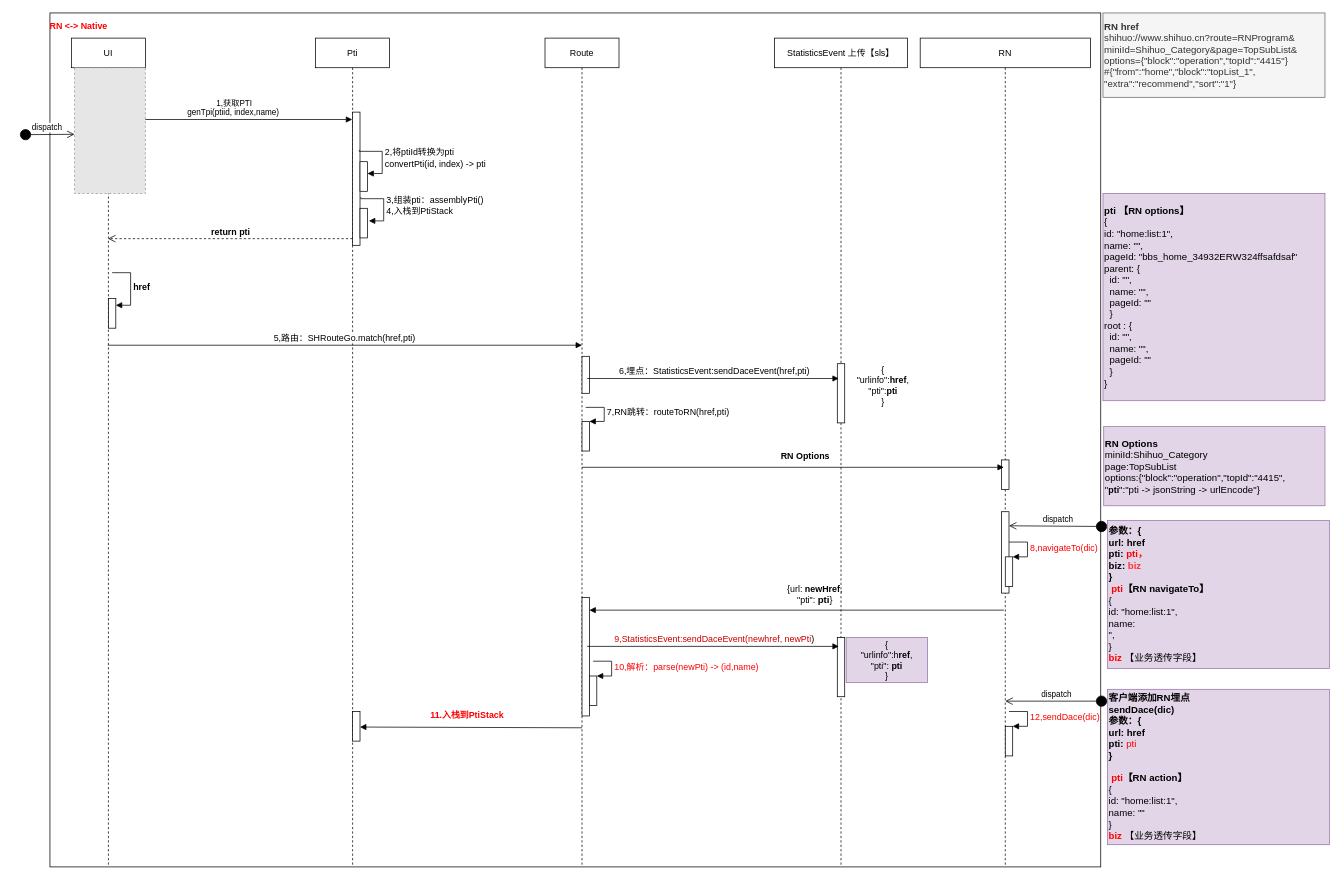
This is ios客户端埋点方案V2-2.drawio from aiquantong/Hero, a draw.io file, before an edit. Source tidied: cells renumbered, new cells numbered last; positions are measured from the earlier drawing's top-left corner, leaving out a move shared by most shapes. Both pictures are drawn from the tidied source at 74%, with x=0, y=0 at pixel (19, 13). Pictures stored in the file or linked from it are replaced by grey dashed boxes.
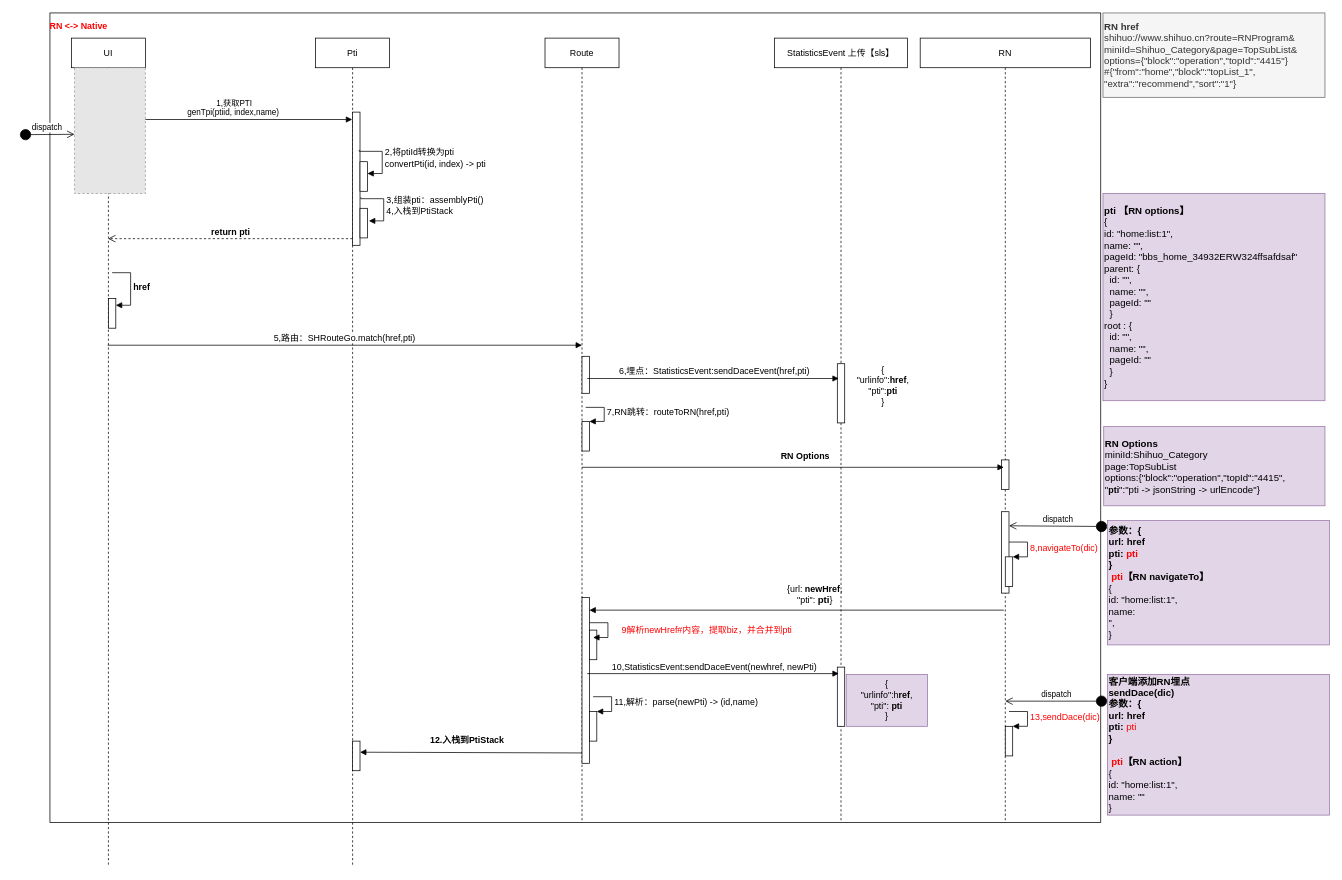
After the change.

Commit message:
Update ios客户端埋点方案V2-2.drawio

The change refers to these unchanged cells:
```xml
<mxCell id="7" value="Pti" style="shape=umlLifeline;perimeter=lifelinePerimeter;whiteSpace=wrap;html=1;outlineConnect=0;" parent="1" vertex="1">
  <mxGeometry x="400" y="34" width="100" height="1120" as="geometry" />
</mxCell>
<mxCell id="35" style="html=1;points=[];perimeter=orthogonalPerimeter;fontSize=12;fontColor=#FF0000;align=left;" parent="30" vertex="1">
  <mxGeometry x="115" y="930" width="10" height="40" as="geometry" />
</mxCell>
```

Diff of the diagram source:
```diff
@@
     <mxCell id="2" style="rounded=0;whiteSpace=wrap;html=1;align=left;" parent="1" vertex="1">
-      <mxGeometry x="41" width="1420" height="1154" as="geometry" />
+      <mxGeometry x="41" width="1420" height="1094" as="geometry" />
     </mxCell>
@@
     <mxCell id="11" style="html=1;perimeter=orthogonalPerimeter;fontSize=12;fontColor=#FF0000;align=left;" parent="7" vertex="1">
-      <mxGeometry x="50" y="910" width="10" height="40" as="geometry" />
+      <mxGeometry x="50" y="950" width="10" height="40" as="geometry" />
     </mxCell>
@@
     <mxCell id="14" value="Route" style="shape=umlLifeline;perimeter=lifelinePerimeter;whiteSpace=wrap;html=1;" parent="1" vertex="1">
-      <mxGeometry x="710" y="34" width="100" height="1120" as="geometry" />
+      <mxGeometry x="710" y="34" width="100" height="1060" as="geometry" />
     </mxCell>
@@
     <mxCell id="18" style="html=1;perimeter=orthogonalPerimeter;fontSize=12;fontColor=#FF0000;align=left;" parent="14" vertex="1">
-      <mxGeometry x="50" y="756" width="10" height="160" as="geometry" />
+      <mxGeometry x="50" y="756" width="10" height="224" as="geometry" />
     </mxCell>
     <mxCell id="19" style="html=1;points=[];perimeter=orthogonalPerimeter;fontSize=12;fontColor=#FF0000;align=left;" parent="14" vertex="1">
-      <mxGeometry x="60" y="862" width="10" height="40" as="geometry" />
+      <mxGeometry x="60" y="910" width="10" height="40" as="geometry" />
     </mxCell>
-    <mxCell id="20" value="10,解析：parse(newPti) -&amp;gt; (id,name)" style="edgeStyle=orthogonalEdgeStyle;html=1;align=left;spacingLeft=2;endArrow=block;rounded=0;entryX=1;entryY=0;fontSize=12;fontColor=#FF0000;" parent="14" edge="1" target="19">
+    <mxCell id="20" value="&lt;font color=&quot;#000000&quot;&gt;11,解析：parse(newPti) -&amp;gt; (id,name)&lt;/font&gt;" style="edgeStyle=orthogonalEdgeStyle;html=1;align=left;spacingLeft=2;endArrow=block;rounded=0;entryX=1;entryY=0;fontSize=12;fontColor=#FF0000;" parent="14" edge="1" target="19">
       <mxGeometry relative="1" as="geometry">
-        <mxPoint x="65" y="842" as="sourcePoint" />
+        <mxPoint x="65" y="890" as="sourcePoint" />
         <Array as="points">
-          <mxPoint x="90" y="842" />
+          <mxPoint x="90" y="890" />
         </Array>
       </mxGeometry>
     </mxCell>
@@
     <mxCell id="22" value="StatisticsEvent 上传【sls】" style="shape=umlLifeline;perimeter=lifelinePerimeter;whiteSpace=wrap;html=1;" parent="1" vertex="1">
-      <mxGeometry x="1020" y="34" width="180" height="1120" as="geometry" />
+      <mxGeometry x="1020" y="34" width="180" height="1060" as="geometry" />
     </mxCell>
@@
     <mxCell id="24" style="html=1;perimeter=orthogonalPerimeter;fontSize=12;align=left;" parent="22" vertex="1">
-      <mxGeometry x="85" y="810" width="10" height="80" as="geometry" />
+      <mxGeometry x="85" y="850" width="10" height="80" as="geometry" />
     </mxCell>
@@
     <mxCell id="30" value="RN" style="shape=umlLifeline;perimeter=lifelinePerimeter;whiteSpace=wrap;html=1;" parent="1" vertex="1">
-      <mxGeometry x="1217" y="34" width="230" height="1120" as="geometry" />
+      <mxGeometry x="1217" y="34" width="230" height="1060" as="geometry" />
     </mxCell>
@@
-    <mxCell id="36" value="12,sendDace(dic)" style="edgeStyle=orthogonalEdgeStyle;html=1;align=left;spacingLeft=2;endArrow=block;rounded=0;entryX=1;entryY=0;fontSize=12;fontColor=#FF0000;" parent="30" edge="1" target="35">
+    <mxCell id="36" value="13,sendDace(dic)" style="edgeStyle=orthogonalEdgeStyle;html=1;align=left;spacingLeft=2;endArrow=block;rounded=0;entryX=1;entryY=0;fontSize=12;fontColor=#FF0000;" parent="30" edge="1" target="35">
       <mxGeometry relative="1" as="geometry">
         <mxPoint x="120" y="910" as="sourcePoint" />
         <Array as="points">
           <mxPoint x="145" y="910" />
         </Array>
       </mxGeometry>
     </mxCell>
@@
     <mxCell id="42" style="endArrow=none;startArrow=block;endFill=0;startFill=1;html=1;fontSize=12;fontColor=#FF0000;" parent="1" edge="1">
       <mxGeometry relative="1" as="geometry">
-        <mxPoint x="460" y="965" as="sourcePoint" />
-        <mxPoint x="760" y="966" as="targetPoint" />
+        <mxPoint x="460" y="999" as="sourcePoint" />
+        <mxPoint x="760" y="1000" as="targetPoint" />
       </mxGeometry>
     </mxCell>
-    <mxCell id="43" value="11.入栈到PtiStack" style="text;align=center;fontStyle=1;verticalAlign=middle;spacingLeft=3;spacingRight=3;strokeColor=none;fontSize=12;fontColor=#FF0000;" parent="1" vertex="1">
-      <mxGeometry x="489.8" y="930" width="230.5" height="36" as="geometry" />
+    <mxCell id="43" value="12.入栈到PtiStack" style="text;align=center;fontStyle=1;verticalAlign=middle;spacingLeft=3;spacingRight=3;strokeColor=none;fontSize=12;" parent="1" vertex="1">
+      <mxGeometry x="489.8" y="964" width="230.5" height="36" as="geometry" />
     </mxCell>
     <mxCell id="44" value="{&lt;br&gt;&quot;urlinfo&quot;:h&lt;b&gt;ref&lt;/b&gt;,&lt;br&gt;&quot;pti&quot;:&lt;b style=&quot;text-align: left&quot;&gt;&amp;nbsp;pti&lt;/b&gt;&lt;br&gt;}" style="text;html=1;strokeColor=#9673a6;fillColor=#e1d5e7;align=center;verticalAlign=middle;whiteSpace=wrap;rounded=0;fontSize=12;" parent="1" vertex="1">
-      <mxGeometry x="1117" y="844" width="110" height="61" as="geometry" />
+      <mxGeometry x="1117" y="894" width="110" height="70" as="geometry" />
     </mxCell>
-    <mxCell id="45" value="&amp;nbsp;&lt;font color=&quot;#cc0000&quot;&gt;9,StatisticsEvent:sendDaceEvent(newhref, newPti&lt;/font&gt;)" style="html=1;verticalAlign=bottom;endArrow=block;fontSize=12;" parent="1" edge="1">
+    <mxCell id="45" value="&amp;nbsp;10,StatisticsEvent:sendDaceEvent(newhref, newPti)" style="html=1;verticalAlign=bottom;endArrow=block;fontSize=12;" parent="1" edge="1">
       <mxGeometry relative="1" as="geometry">
-        <mxPoint x="767" y="856" as="sourcePoint" />
-        <mxPoint x="1107" y="856" as="targetPoint" />
+        <mxPoint x="767" y="892.8" as="sourcePoint" />
+        <mxPoint x="1107" y="892.8" as="targetPoint" />
       </mxGeometry>
     </mxCell>
@@
-    <mxCell id="50" value="&lt;font style=&quot;font-size: 13px&quot;&gt;&lt;b&gt;参数：{&lt;br&gt;url: href&lt;br&gt;pti: &lt;font color=&quot;#ff0000&quot;&gt;pti，&lt;br&gt;&lt;/font&gt;biz: &lt;font color=&quot;#ff3333&quot;&gt;biz&lt;br&gt;&lt;/font&gt;}&lt;/b&gt;&lt;b&gt;&lt;br&gt;&amp;nbsp;&lt;/b&gt;&lt;b&gt;&lt;font color=&quot;#ff0000&quot;&gt;pti&lt;/font&gt;&lt;/b&gt;&lt;b&gt;【RN navigateTo】&lt;/b&gt;&lt;b&gt;&lt;br&gt;&lt;/b&gt;&lt;/font&gt;&lt;div style=&quot;font-size: 13px&quot;&gt;&lt;div&gt;&lt;font style=&quot;font-size: 13px&quot;&gt;{&lt;br&gt;&lt;/font&gt;&lt;/div&gt;&lt;div&gt;&lt;div&gt;&lt;font style=&quot;font-size: 13px&quot;&gt;id: &quot;home:list:1&quot;,&lt;/font&gt;&lt;/div&gt;&lt;div&gt;&lt;font style=&quot;font-size: 13px&quot;&gt;name:&amp;nbsp;&lt;/font&gt;&lt;/div&gt;&lt;div&gt;&lt;font style=&quot;font-size: 13px&quot;&gt;&quot;,&lt;/font&gt;&lt;/div&gt;&lt;div&gt;&lt;font style=&quot;font-size: 13px&quot;&gt;}&lt;/font&gt;&lt;/div&gt;&lt;/div&gt;&lt;div&gt;&lt;font style=&quot;font-size: 13px&quot;&gt;&lt;b&gt;&lt;font color=&quot;#ff0000&quot;&gt;biz&lt;/font&gt; &lt;/b&gt;【业务透传字段】&lt;/font&gt;&lt;/div&gt;&lt;/div&gt;" style="text;html=1;strokeColor=#9673a6;fillColor=#e1d5e7;align=left;verticalAlign=middle;whiteSpace=wrap;rounded=0;fontSize=12;" parent="1" vertex="1">
-      <mxGeometry x="1470" y="686" width="300" height="200" as="geometry" />
+    <mxCell id="50" value="&lt;font style=&quot;font-size: 13px&quot;&gt;&lt;b&gt;参数：{&lt;br&gt;url: href&lt;br&gt;pti: &lt;font color=&quot;#ff0000&quot;&gt;pti&lt;/font&gt;&lt;font color=&quot;#ff3333&quot;&gt;&lt;br&gt;&lt;/font&gt;}&lt;/b&gt;&lt;b&gt;&lt;br&gt;&amp;nbsp;&lt;/b&gt;&lt;b&gt;&lt;font color=&quot;#ff0000&quot;&gt;pti&lt;/font&gt;&lt;/b&gt;&lt;b&gt;【RN navigateTo】&lt;/b&gt;&lt;b&gt;&lt;br&gt;&lt;/b&gt;&lt;/font&gt;&lt;div style=&quot;font-size: 13px&quot;&gt;&lt;div&gt;&lt;font style=&quot;font-size: 13px&quot;&gt;{&lt;br&gt;&lt;/font&gt;&lt;/div&gt;&lt;div&gt;&lt;div&gt;&lt;font style=&quot;font-size: 13px&quot;&gt;id: &quot;home:list:1&quot;,&lt;/font&gt;&lt;/div&gt;&lt;div&gt;&lt;font style=&quot;font-size: 13px&quot;&gt;name:&amp;nbsp;&lt;/font&gt;&lt;/div&gt;&lt;div&gt;&lt;font style=&quot;font-size: 13px&quot;&gt;&quot;,&lt;/font&gt;&lt;/div&gt;&lt;div&gt;&lt;font style=&quot;font-size: 13px&quot;&gt;}&lt;/font&gt;&lt;/div&gt;&lt;/div&gt;&lt;/div&gt;" style="text;html=1;strokeColor=#9673a6;fillColor=#e1d5e7;align=left;verticalAlign=middle;whiteSpace=wrap;rounded=0;fontSize=12;" parent="1" vertex="1">
+      <mxGeometry x="1470" y="686" width="300" height="168" as="geometry" />
     </mxCell>
-    <mxCell id="51" value="&lt;font style=&quot;font-size: 13px&quot;&gt;&lt;b&gt;客户端添加RN埋点&lt;br&gt;sendDace(dic)&lt;br&gt;参数：{&lt;br&gt;url: href&lt;br&gt;pti: &lt;/b&gt;&lt;font color=&quot;#ff0000&quot;&gt;pti&lt;/font&gt;&lt;br&gt;&lt;b&gt;}&lt;/b&gt;&lt;br&gt;&lt;br&gt;&lt;b&gt;&amp;nbsp;&lt;font color=&quot;#ff0000&quot;&gt;pti&lt;/font&gt;【RN action】&lt;br&gt;&lt;/b&gt;&lt;/font&gt;&lt;div style=&quot;font-size: 13px&quot;&gt;&lt;div&gt;&lt;font style=&quot;font-size: 13px&quot;&gt;{&lt;br&gt;&lt;/font&gt;&lt;/div&gt;&lt;div&gt;&lt;div&gt;&lt;font style=&quot;font-size: 13px&quot;&gt;id: &quot;home:list:1&quot;,&lt;/font&gt;&lt;/div&gt;&lt;div&gt;&lt;font style=&quot;font-size: 13px&quot;&gt;name: &quot;&quot;&lt;/font&gt;&lt;/div&gt;&lt;div&gt;&lt;span&gt;}&lt;/span&gt;&lt;/div&gt;&lt;/div&gt;&lt;div&gt;&lt;b&gt;&lt;font color=&quot;#ff0000&quot;&gt;biz&lt;/font&gt;&amp;nbsp;&lt;/b&gt;【业务透传字段】&lt;span&gt;&lt;br&gt;&lt;/span&gt;&lt;/div&gt;&lt;/div&gt;" style="text;html=1;strokeColor=#9673a6;fillColor=#e1d5e7;align=left;verticalAlign=middle;whiteSpace=wrap;rounded=0;fontSize=12;" parent="1" vertex="1">
-      <mxGeometry x="1470" y="914" width="300" height="210" as="geometry" />
+    <mxCell id="51" value="&lt;font style=&quot;font-size: 13px&quot;&gt;&lt;b&gt;客户端添加RN埋点&lt;br&gt;sendDace(dic)&lt;br&gt;参数：{&lt;br&gt;url: href&lt;br&gt;pti: &lt;/b&gt;&lt;font color=&quot;#ff0000&quot;&gt;pti&lt;/font&gt;&lt;br&gt;&lt;b&gt;}&lt;/b&gt;&lt;br&gt;&lt;br&gt;&lt;b&gt;&amp;nbsp;&lt;font color=&quot;#ff0000&quot;&gt;pti&lt;/font&gt;【RN action】&lt;br&gt;&lt;/b&gt;&lt;/font&gt;&lt;div style=&quot;font-size: 13px&quot;&gt;&lt;div&gt;&lt;font style=&quot;font-size: 13px&quot;&gt;{&lt;br&gt;&lt;/font&gt;&lt;/div&gt;&lt;div&gt;&lt;div&gt;&lt;font style=&quot;font-size: 13px&quot;&gt;id: &quot;home:list:1&quot;,&lt;/font&gt;&lt;/div&gt;&lt;div&gt;&lt;font style=&quot;font-size: 13px&quot;&gt;name: &quot;&quot;&lt;/font&gt;&lt;/div&gt;&lt;div&gt;&lt;span&gt;}&lt;/span&gt;&lt;/div&gt;&lt;/div&gt;&lt;/div&gt;" style="text;html=1;strokeColor=#9673a6;fillColor=#e1d5e7;align=left;verticalAlign=middle;whiteSpace=wrap;rounded=0;fontSize=12;" parent="1" vertex="1">
+      <mxGeometry x="1470" y="894" width="300" height="190" as="geometry" />
     </mxCell>
@@
+    <mxCell id="53" style="html=1;perimeter=orthogonalPerimeter;fontSize=12;fontColor=#FF0000;align=left;" parent="1" vertex="1">
+      <mxGeometry x="770" y="834" width="10" height="40" as="geometry" />
+    </mxCell>
+    <mxCell id="54" value="9解析newHref#内容，提取biz，并合并到pti" style="edgeStyle=orthogonalEdgeStyle;html=1;align=left;spacingLeft=2;endArrow=block;rounded=0;entryX=1;entryY=0;fontSize=12;fontColor=#FF0000;" parent="1" edge="1">
+      <mxGeometry x="0.08" y="15" relative="1" as="geometry">
+        <mxPoint x="770" y="824" as="sourcePoint" />
+        <mxPoint x="775" y="844" as="targetPoint" />
+        <Array as="points">
+          <mxPoint x="795" y="824" />
+        </Array>
+      </mxGeometry>
+    </mxCell>
```
